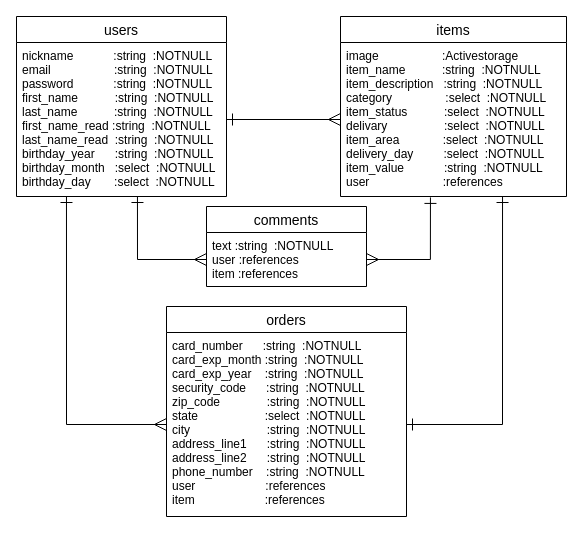
Before: ER.dio in akmark1/furima-34843, a draw.io diagram. Source tidied: cells renumbered, new cells numbered last; positions are measured from the earlier drawing's top-left corner, leaving out a move shared by most shapes. Both pictures are drawn from the tidied source at 100%, with x=0, y=0 at pixel (16, 16).
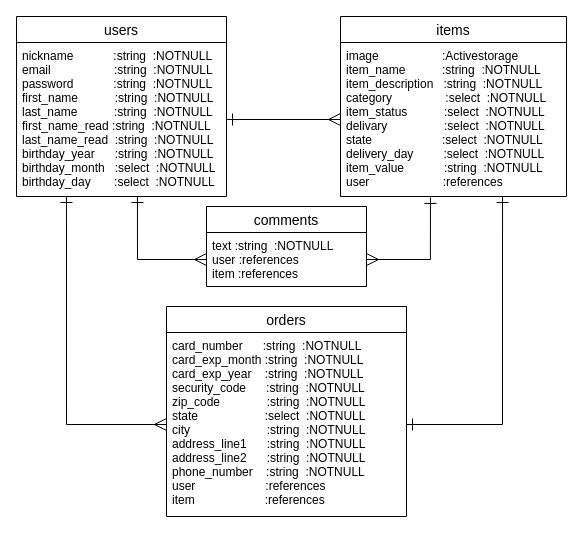
The same page after the edit.

Commit message (it also covers changes not shown here):
カード情報を削除、selectをintegerに修正

Change to the diagram source:
```diff
@@
 <mxGraphModel>
   <root>
     <mxCell id="0" />
     <mxCell id="1" parent="0" />
     <mxCell id="2" value="users" style="swimlane;fontStyle=0;horizontal=1;startSize=26;align=center;fontSize=14;" parent="1" vertex="1">
       <mxGeometry width="210" height="180" as="geometry" />
     </mxCell>
     <mxCell id="3" value="nickname            :string  :NOTNULL&#10;email                   :string  :NOTNULL&#10;password            :string  :NOTNULL&#10;first_name           :string  :NOTNULL&#10;last_name           :string  :NOTNULL&#10;first_name_read :string  :NOTNULL&#10;last_name_read  :string  :NOTNULL&#10;birthday_year      :string  :NOTNULL&#10;birthday_month   :select  :NOTNULL&#10;birthday_day       :select  :NOTNULL" style="text;strokeColor=none;fillColor=none;spacingLeft=4;spacingRight=4;overflow=hidden;points=[[0,0.5],[1,0.5]];portConstraint=eastwest;fontSize=12;" parent="2" vertex="1">
       <mxGeometry y="26" width="210" height="154" as="geometry" />
     </mxCell>
     <mxCell id="4" value="items" style="swimlane;fontStyle=0;horizontal=1;startSize=26;align=center;fontSize=14;" parent="1" vertex="1">
       <mxGeometry x="324" width="226" height="180" as="geometry" />
     </mxCell>
-    <mxCell id="5" value="image                   :Activestorage&#10;item_name           :string  :NOTNULL&#10;item_description   :string  :NOTNULL&#10;category                :select  :NOTNULL&#10;item_status           :select  :NOTNULL&#10;delivary                 :select  :NOTNULL&#10;item_area             :select  :NOTNULL&#10;delivery_day         :select  :NOTNULL&#10;item_value            :string  :NOTNULL&#10;user                      :references&#10;" style="text;strokeColor=none;fillColor=none;spacingLeft=4;spacingRight=4;overflow=hidden;points=[[0,0.5],[1,0.5]];portConstraint=eastwest;fontSize=12;" parent="4" vertex="1">
+    <mxCell id="5" value="image                   :Activestorage&#10;item_name           :string  :NOTNULL&#10;item_description   :string  :NOTNULL&#10;category                :select  :NOTNULL&#10;item_status           :select  :NOTNULL&#10;delivary                 :select  :NOTNULL&#10;state                     :select  :NOTNULL&#10;delivery_day         :select  :NOTNULL&#10;item_value            :string  :NOTNULL&#10;user                      :references&#10;" style="text;strokeColor=none;fillColor=none;spacingLeft=4;spacingRight=4;overflow=hidden;points=[[0,0.5],[1,0.5]];portConstraint=eastwest;fontSize=12;" parent="4" vertex="1">
       <mxGeometry y="26" width="226" height="154" as="geometry" />
     </mxCell>
     <mxCell id="6" value="comments" style="swimlane;fontStyle=0;horizontal=1;startSize=26;align=center;fontSize=14;" parent="1" vertex="1">
       <mxGeometry x="190" y="190" width="160" height="80" as="geometry" />
     </mxCell>
     <mxCell id="7" value="text :string  :NOTNULL&#10;user :references&#10;item :references" style="text;strokeColor=none;fillColor=none;spacingLeft=4;spacingRight=4;overflow=hidden;points=[[0,0.5],[1,0.5]];portConstraint=eastwest;fontSize=12;" parent="6" vertex="1">
       <mxGeometry y="26" width="160" height="54" as="geometry" />
     </mxCell>
     <mxCell id="8" style="edgeStyle=orthogonalEdgeStyle;rounded=0;jettySize=auto;html=1;exitX=1;exitY=0.5;exitDx=0;exitDy=0;entryX=0;entryY=0.5;entryDx=0;entryDy=0;endArrow=ERmany;endFill=0;startArrow=ERone;startFill=0;startSize=10;endSize=10;" parent="1" edge="1" source="3" target="5">
       <mxGeometry relative="1" as="geometry" />
     </mxCell>
     <mxCell id="9" style="edgeStyle=orthogonalEdgeStyle;rounded=0;jettySize=auto;html=1;entryX=0.398;entryY=1.006;entryDx=0;entryDy=0;entryPerimeter=0;startArrow=ERmany;startFill=0;startSize=10;endArrow=ERone;endFill=0;endSize=10;" parent="1" edge="1" source="7" target="5">
       <mxGeometry relative="1" as="geometry" />
     </mxCell>
     <mxCell id="10" style="edgeStyle=orthogonalEdgeStyle;rounded=0;jettySize=auto;html=1;entryX=0.576;entryY=1;entryDx=0;entryDy=0;entryPerimeter=0;startArrow=ERmany;startFill=0;startSize=10;endArrow=ERone;endFill=0;endSize=10;" parent="1" edge="1" source="7" target="3">
       <mxGeometry relative="1" as="geometry" />
     </mxCell>
     <mxCell id="11" value="orders" style="swimlane;fontStyle=0;horizontal=1;startSize=26;align=center;fontSize=14;" parent="1" vertex="1">
       <mxGeometry x="150" y="290" width="240" height="210" as="geometry" />
     </mxCell>
     <mxCell id="12" value="card_number      :string  :NOTNULL&#10;card_exp_month :string  :NOTNULL&#10;card_exp_year    :string  :NOTNULL&#10;security_code      :string  :NOTNULL&#10;zip_code              :string  :NOTNULL&#10;state                    :select  :NOTNULL&#10;city                       :string  :NOTNULL&#10;address_line1      :string  :NOTNULL&#10;address_line2      :string  :NOTNULL&#10;phone_number    :string  :NOTNULL&#10;user                     :references&#10;item                     :references" style="text;strokeColor=none;fillColor=none;spacingLeft=4;spacingRight=4;overflow=hidden;points=[[0,0.5],[1,0.5]];portConstraint=eastwest;fontSize=12;" parent="11" vertex="1">
       <mxGeometry y="26" width="240" height="184" as="geometry" />
     </mxCell>
     <mxCell id="13" style="edgeStyle=orthogonalEdgeStyle;rounded=0;jettySize=auto;html=1;entryX=0.717;entryY=1;entryDx=0;entryDy=0;entryPerimeter=0;startArrow=ERone;startFill=0;startSize=10;endArrow=ERone;endFill=0;endSize=10;" parent="1" edge="1" source="12" target="5">
       <mxGeometry relative="1" as="geometry" />
     </mxCell>
     <mxCell id="14" style="edgeStyle=orthogonalEdgeStyle;rounded=0;jettySize=auto;html=1;entryX=0.238;entryY=1;entryDx=0;entryDy=0;entryPerimeter=0;startArrow=ERmany;startFill=0;startSize=10;endArrow=ERone;endFill=0;endSize=10;" parent="1" edge="1" source="12" target="3">
       <mxGeometry relative="1" as="geometry" />
     </mxCell>
   </root>
 </mxGraphModel>
```
